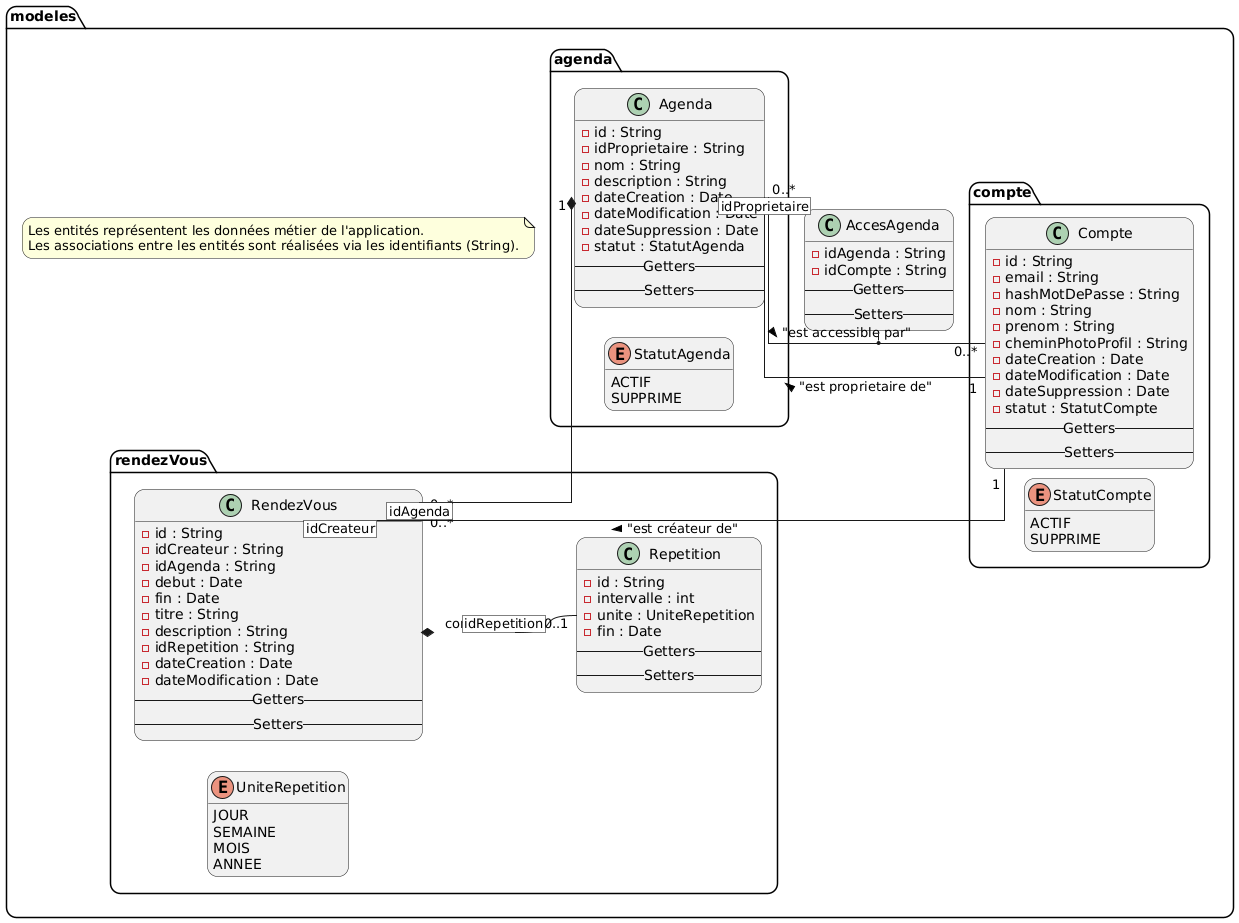
lmtb06/Schedulo keeps this PlantUML diagram as documentation/diagrams/out/classes/modeles/Entités (données métier).png. Above is the earlier version.
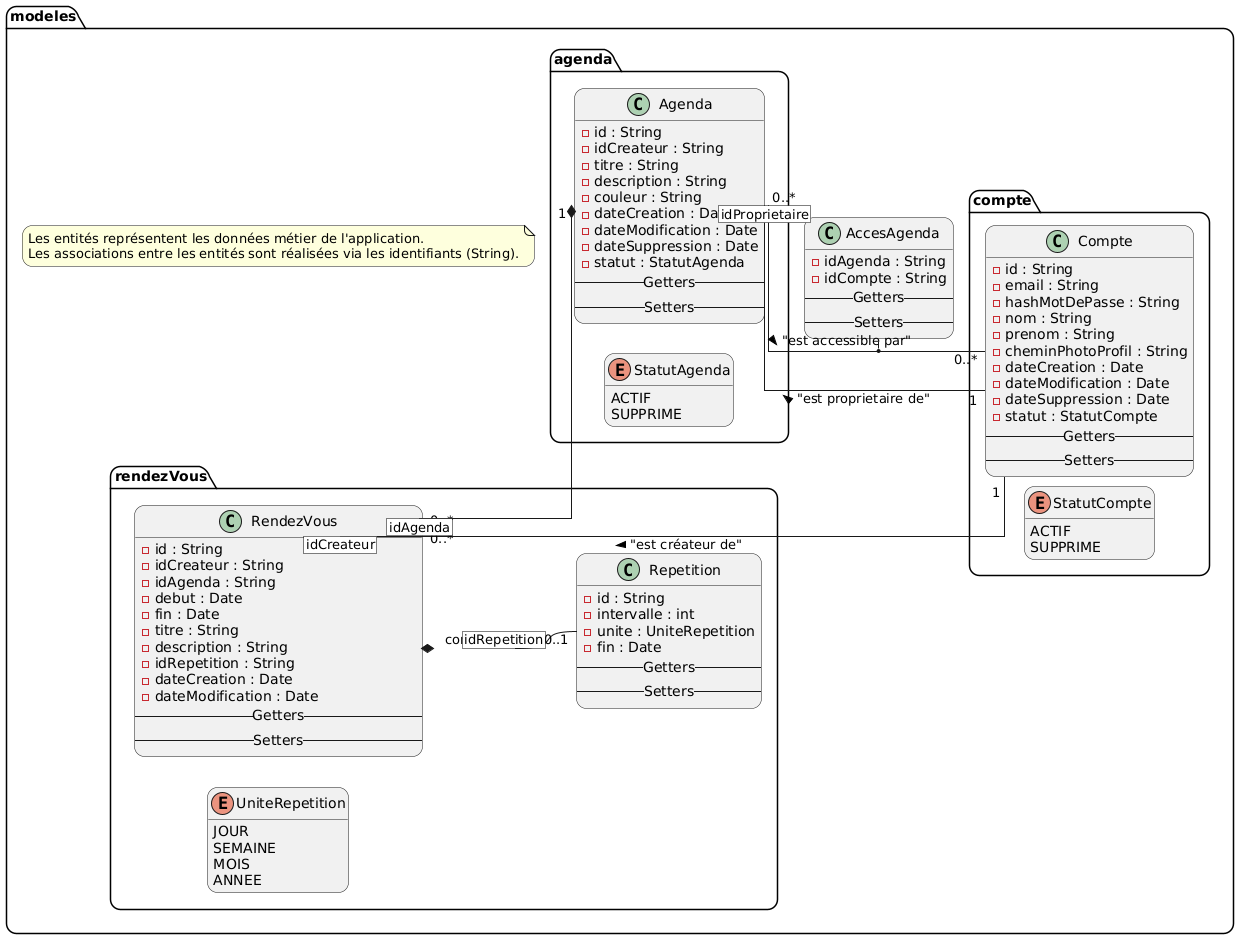
After the commit.

The edit, as a diff of the source:
```diff
@@ -1,5 +1,4 @@
-@startuml Entités (données métier)
-
+@startuml
 skinparam linetype ortho
 skinparam nodesep 10
 skinparam ranksep 10
@@ -40,9 +39,10 @@
 
         class Agenda {
             - id : String
-            - idProprietaire : String
-            - nom : String
+            - idCreateur : String
+            - titre : String
             - description : String
+            - couleur : String
             - dateCreation : Date
             - dateModification : Date
             - dateSuppression : Date
@@ -106,5 +106,4 @@
         Les associations entre les entités sont réalisées via les identifiants (String).
     end note
 }
-
 @enduml
```
